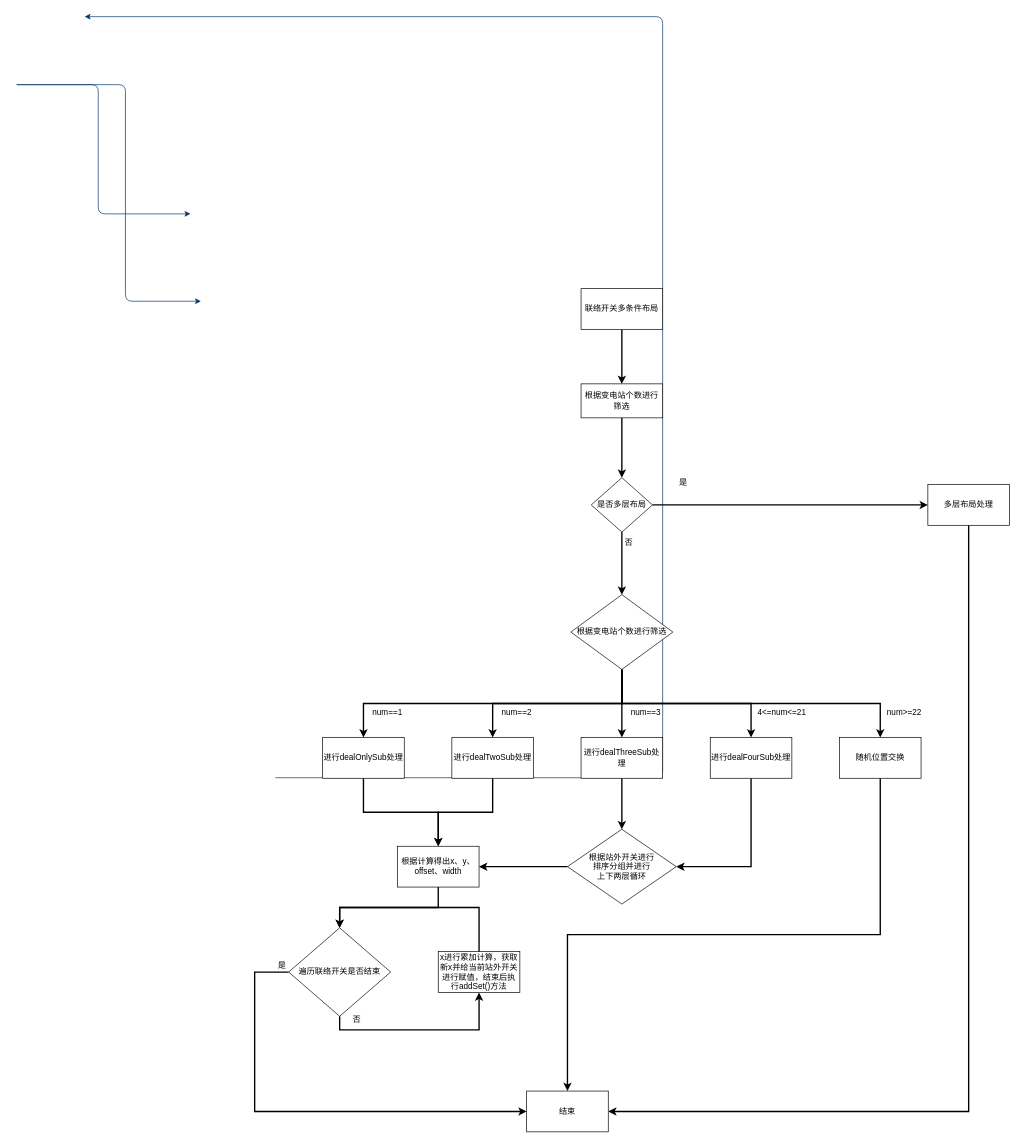
The draw.io diagram 联络开关.drawio in MXakon/Rocket.Chat, before the edit. Source tidied: cells renumbered, new cells numbered last; positions are measured from the earlier drawing's top-left corner, leaving out a move shared by most shapes. Both pictures are drawn from the tidied source at 68%, with x=0, y=0 at pixel (16, 16).
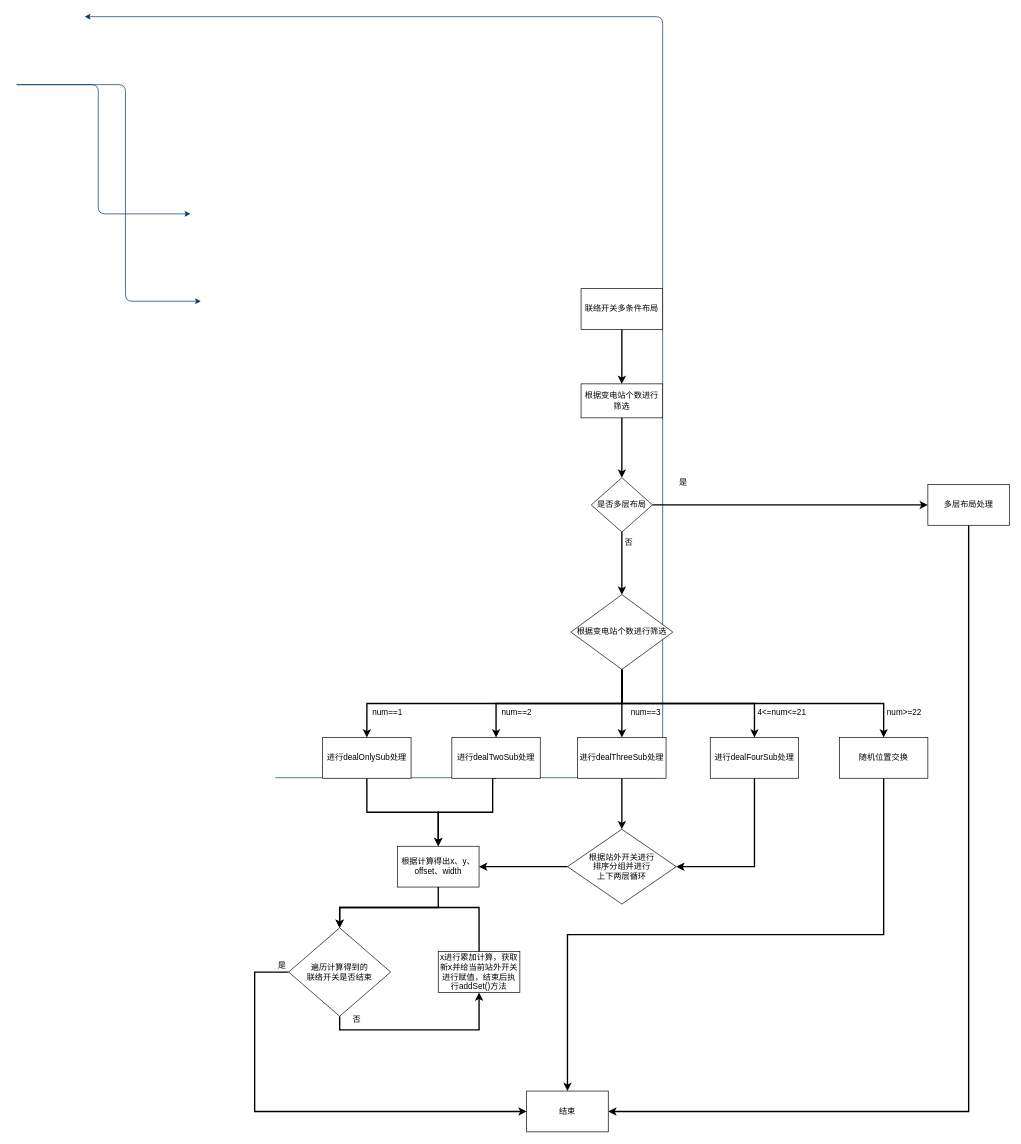
After the change.

Commit message:
更新联络开关.drawio

What changed in the source:
```diff
@@
     <mxCell id="13" value="进行dealTwoSub处理" style="whiteSpace=wrap;html=1;rounded=0;" parent="1" vertex="1">
-      <mxGeometry x="640" y="1060" width="120" height="60" as="geometry" />
+      <mxGeometry x="640" y="1060" width="130" height="60" as="geometry" />
     </mxCell>
@@
     <mxCell id="17" value="进行dealOnlySub处理" style="whiteSpace=wrap;html=1;rounded=0;" parent="1" vertex="1">
-      <mxGeometry x="450" y="1060" width="120" height="60" as="geometry" />
+      <mxGeometry x="450" y="1060" width="130" height="60" as="geometry" />
     </mxCell>
@@
     <mxCell id="27" value="进行dealThreeSub处理" style="whiteSpace=wrap;html=1;rounded=0;" parent="1" vertex="1">
-      <mxGeometry x="830" y="1060" width="120" height="60" as="geometry" />
+      <mxGeometry x="825" y="1060" width="130" height="60" as="geometry" />
     </mxCell>
@@
     <mxCell id="29" value="进行dealFourSub处理" style="whiteSpace=wrap;html=1;rounded=0;" parent="1" vertex="1">
-      <mxGeometry x="1020" y="1060" width="120" height="60" as="geometry" />
+      <mxGeometry x="1020" y="1060" width="130" height="60" as="geometry" />
     </mxCell>
@@
     <mxCell id="31" value="随机位置交换" style="whiteSpace=wrap;html=1;rounded=0;" parent="1" vertex="1">
-      <mxGeometry x="1210" y="1060" width="120" height="60" as="geometry" />
+      <mxGeometry x="1210" y="1060" width="130" height="60" as="geometry" />
     </mxCell>
@@
-    <mxCell id="41" value="遍历联络开关是否结束" style="rhombus;whiteSpace=wrap;html=1;rounded=0;" parent="1" vertex="1">
+    <mxCell id="41" value="遍历计算得到的&lt;br&gt;联络开关是否结束" style="rhombus;whiteSpace=wrap;html=1;rounded=0;" parent="1" vertex="1">
       <mxGeometry x="400" y="1340" width="150" height="130" as="geometry" />
     </mxCell>
```
